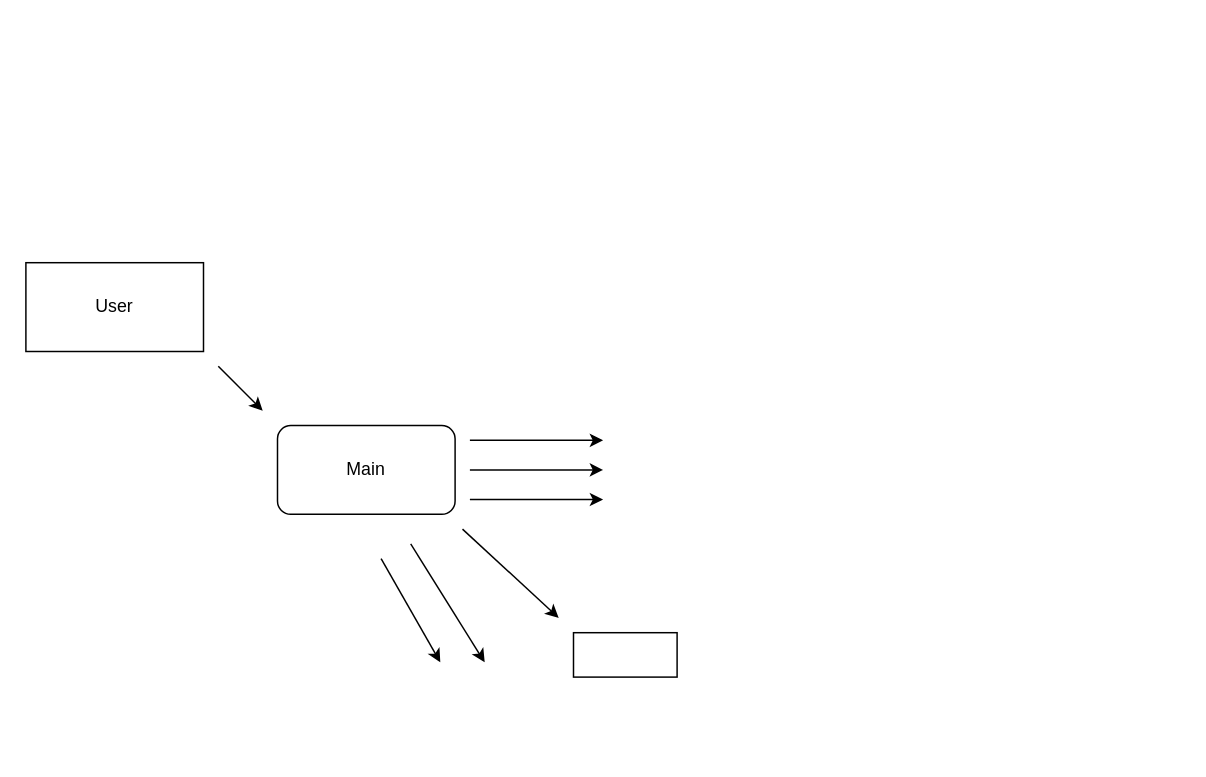
i-skousen/Week09 keeps this draw.io diagram as Empty Folder/Untitled Diagram.drawio. Above is the earlier version. Source tidied: cells renumbered, new cells numbered last; positions are measured from the earlier drawing's top-left corner, leaving out a move shared by most shapes. Both pictures are drawn from the tidied source at 148%, with x=0, y=0 at pixel (25, 262).
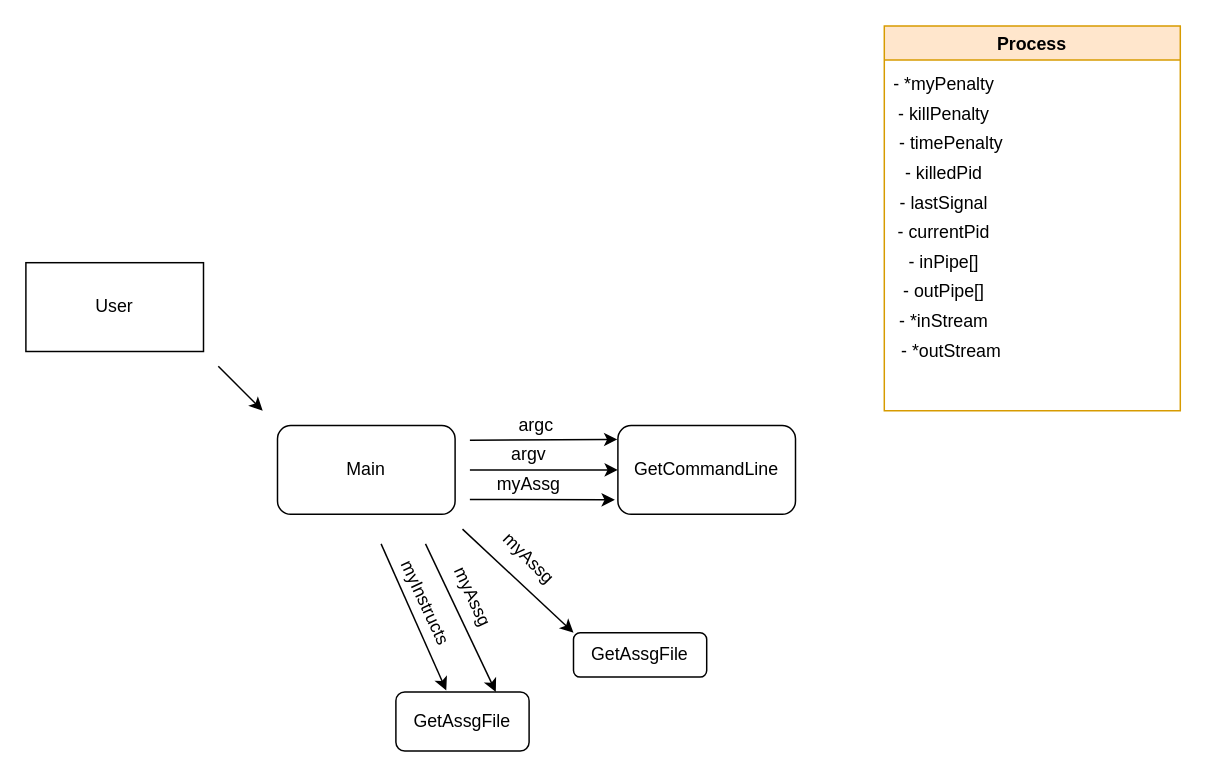
Above is the later version.

Diff of the diagram source:
```diff
@@
-    <mxCell id="5" style="endArrow=classic;html=1;" parent="1" edge="1">
+    <mxCell id="5" style="endArrow=classic;html=1;entryX=0.378;entryY=-0.025;entryDx=0;entryDy=0;entryPerimeter=0;" parent="1" edge="1" target="24">
       <mxGeometry relative="1" as="geometry">
-        <mxPoint x="240" y="200" as="sourcePoint" />
-        <mxPoint x="280" y="270" as="targetPoint" />
+        <mxPoint x="240" y="190" as="sourcePoint" />
       </mxGeometry>
     </mxCell>
-    <mxCell id="6" style="endArrow=classic;html=1;" parent="1" edge="1">
+    <mxCell id="6" style="endArrow=classic;html=1;entryX=0.75;entryY=0;entryDx=0;entryDy=0;" parent="1" edge="1" target="24">
       <mxGeometry relative="1" as="geometry">
-        <mxPoint x="260" y="190" as="sourcePoint" />
-        <mxPoint x="310" y="270" as="targetPoint" />
+        <mxPoint x="270" y="190" as="sourcePoint" />
       </mxGeometry>
     </mxCell>
+    <mxCell id="12" value="Process" style="swimlane;fillColor=#ffe6cc;strokeColor=#d79b00;" parent="1" vertex="1">
+      <mxGeometry x="580" y="-160" width="200" height="260" as="geometry" />
+    </mxCell>
+    <mxCell id="13" value="- *myPenalty" style="text;html=1;align=center;verticalAlign=middle;strokeColor=none;" parent="12" vertex="1">
+      <mxGeometry y="30" width="80" height="20" as="geometry" />
+    </mxCell>
+    <mxCell id="14" value="- killPenalty" style="text;html=1;align=center;verticalAlign=middle;strokeColor=none;" parent="12" vertex="1">
+      <mxGeometry y="50" width="80" height="20" as="geometry" />
+    </mxCell>
+    <mxCell id="15" value="- timePenalty" style="text;html=1;align=center;verticalAlign=middle;strokeColor=none;" parent="12" vertex="1">
+      <mxGeometry y="70" width="90" height="20" as="geometry" />
+    </mxCell>
+    <mxCell id="16" value="- killedPid" style="text;html=1;align=center;verticalAlign=middle;strokeColor=none;" parent="12" vertex="1">
+      <mxGeometry x="5" y="90" width="70" height="20" as="geometry" />
+    </mxCell>
+    <mxCell id="17" value="- lastSignal" style="text;html=1;align=center;verticalAlign=middle;strokeColor=none;" parent="12" vertex="1">
+      <mxGeometry x="5" y="110" width="70" height="20" as="geometry" />
+    </mxCell>
+    <mxCell id="18" value="- currentPid" style="text;html=1;align=center;verticalAlign=middle;strokeColor=none;" parent="12" vertex="1">
+      <mxGeometry y="130" width="80" height="20" as="geometry" />
+    </mxCell>
+    <mxCell id="19" value="- inPipe[]" style="text;html=1;align=center;verticalAlign=middle;strokeColor=none;" parent="12" vertex="1">
+      <mxGeometry x="10" y="150" width="60" height="20" as="geometry" />
+    </mxCell>
+    <mxCell id="20" value="- outPipe[]" style="text;html=1;align=center;verticalAlign=middle;strokeColor=none;" parent="12" vertex="1">
+      <mxGeometry x="5" y="170" width="70" height="20" as="geometry" />
+    </mxCell>
+    <mxCell id="21" value="- *inStream" style="text;html=1;align=center;verticalAlign=middle;strokeColor=none;" parent="12" vertex="1">
+      <mxGeometry y="190" width="80" height="20" as="geometry" />
+    </mxCell>
+    <mxCell id="22" value="- *outStream" style="text;html=1;align=center;verticalAlign=middle;strokeColor=none;" parent="12" vertex="1">
+      <mxGeometry x="5" y="210" width="80" height="20" as="geometry" />
+    </mxCell>
-    <mxCell id="7" style="endArrow=classic;html=1;" parent="1" edge="1">
+    <mxCell id="7" style="endArrow=classic;html=1;entryX=0;entryY=0;entryDx=0;entryDy=0;" parent="1" edge="1" target="11">
       <mxGeometry relative="1" as="geometry">
         <mxPoint x="295" y="180" as="sourcePoint" />
-        <mxPoint x="360" y="240" as="targetPoint" />
       </mxGeometry>
     </mxCell>
-    <mxCell id="8" style="endArrow=classic;html=1;" parent="1" edge="1">
+    <mxCell id="8" style="endArrow=classic;html=1;entryX=-0.003;entryY=0.157;entryDx=0;entryDy=0;entryPerimeter=0;" parent="1" edge="1" target="23">
       <mxGeometry relative="1" as="geometry">
         <mxPoint x="300" y="120" as="sourcePoint" />
-        <mxPoint x="390" y="120" as="targetPoint" />
       </mxGeometry>
     </mxCell>
-    <mxCell id="9" style="endArrow=classic;html=1;" parent="1" edge="1">
+    <mxCell id="9" style="endArrow=classic;html=1;entryX=0;entryY=0.5;entryDx=0;entryDy=0;" parent="1" edge="1" target="23">
       <mxGeometry relative="1" as="geometry">
         <mxPoint x="300" y="140" as="sourcePoint" />
-        <mxPoint x="390" y="140" as="targetPoint" />
       </mxGeometry>
     </mxCell>
-    <mxCell id="10" style="endArrow=classic;html=1;" parent="1" edge="1">
+    <mxCell id="10" style="endArrow=classic;html=1;entryX=-0.017;entryY=0.837;entryDx=0;entryDy=0;entryPerimeter=0;" parent="1" edge="1" target="23">
       <mxGeometry relative="1" as="geometry">
         <mxPoint x="300" y="160" as="sourcePoint" />
-        <mxPoint x="390" y="160" as="targetPoint" />
       </mxGeometry>
     </mxCell>
-    <mxCell id="11" style="rounded=0;whiteSpace=wrap;html=1;" parent="1" vertex="1">
-      <mxGeometry x="370" y="250" width="70" height="30" as="geometry" />
+    <mxCell id="11" value="GetAssgFile" style="rounded=1;whiteSpace=wrap;html=1;" parent="1" vertex="1">
+      <mxGeometry x="370" y="250" width="90" height="30" as="geometry" />
     </mxCell>
+    <mxCell id="23" value="GetCommandLine" style="rounded=1;whiteSpace=wrap;html=1;" parent="1" vertex="1">
+      <mxGeometry x="400" y="110" width="120" height="60" as="geometry" />
+    </mxCell>
+    <mxCell id="24" value="GetAssgFile" style="rounded=1;whiteSpace=wrap;html=1;" parent="1" vertex="1">
+      <mxGeometry x="250" y="290" width="90" height="40" as="geometry" />
+    </mxCell>
+    <mxCell id="25" value="argc" style="text;html=1;strokeColor=none;fillColor=none;align=center;verticalAlign=middle;whiteSpace=wrap;rounded=0;" parent="1" vertex="1">
+      <mxGeometry x="320" y="100" width="50" height="20" as="geometry" />
+    </mxCell>
+    <mxCell id="26" value="argv" style="text;html=1;strokeColor=none;fillColor=none;align=center;verticalAlign=middle;whiteSpace=wrap;rounded=0;" parent="1" vertex="1">
+      <mxGeometry x="320" y="120" width="40" height="20" as="geometry" />
+    </mxCell>
+    <mxCell id="27" value="myAssg" style="text;html=1;strokeColor=none;fillColor=none;align=center;verticalAlign=middle;whiteSpace=wrap;rounded=0;" parent="1" vertex="1">
+      <mxGeometry x="320" y="140" width="40" height="20" as="geometry" />
+    </mxCell>
+    <mxCell id="28" value="myAssg" style="text;html=1;strokeColor=none;fillColor=none;align=center;verticalAlign=middle;whiteSpace=wrap;rounded=0;rotation=45;" parent="1" vertex="1">
+      <mxGeometry x="320" y="190" width="40" height="20" as="geometry" />
+    </mxCell>
+    <mxCell id="29" value="myAssg" style="text;html=1;strokeColor=none;fillColor=none;align=center;verticalAlign=middle;whiteSpace=wrap;rounded=0;rotation=65;" parent="1" vertex="1">
+      <mxGeometry x="282" y="216" width="40" height="20" as="geometry" />
+    </mxCell>
+    <mxCell id="30" value="myInstructs" style="text;html=1;strokeColor=none;fillColor=none;align=center;verticalAlign=middle;whiteSpace=wrap;rounded=0;rotation=65;" parent="1" vertex="1">
+      <mxGeometry x="250" y="220" width="40" height="20" as="geometry" />
+    </mxCell>
```
